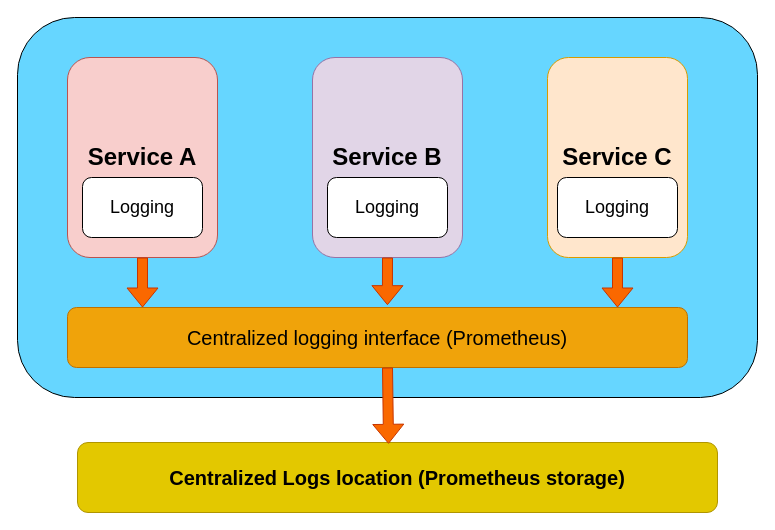
prasad-babu/mydraw.io keeps this draw.io diagram as resources/Centralized Logs.drawio. Above is the earlier version. Source tidied: cells renumbered, new cells numbered last; positions are measured from the earlier drawing's top-left corner, leaving out a move shared by most shapes. Both pictures are drawn from the tidied source at 100%, with x=0, y=0 at pixel (17, 17).
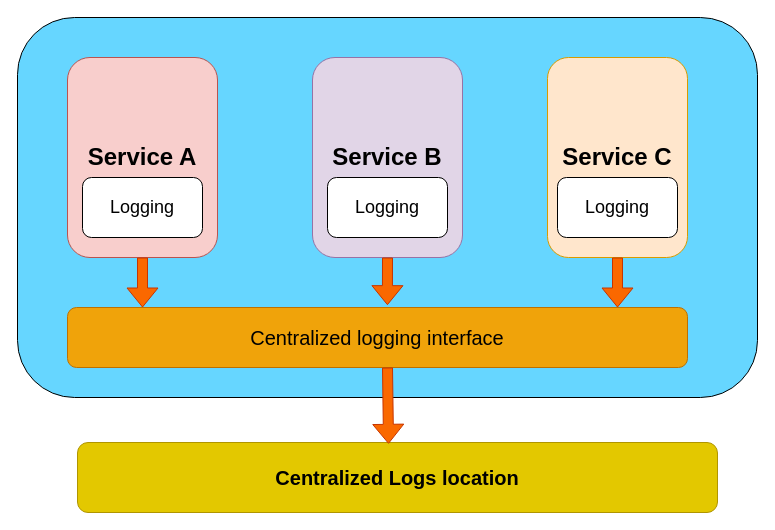
Above is the later version.

The edit, as a diff of the source:
```diff
@@
 <mxGraphModel>
   <root>
     <mxCell id="0" />
     <mxCell id="1" parent="0" />
     <mxCell id="2" style="rounded=1;whiteSpace=wrap;html=1;fillColor=#66D6FF;" parent="1" vertex="1">
       <mxGeometry width="740" height="380" as="geometry" />
     </mxCell>
     <mxCell id="3" value="&lt;font size=&quot;1&quot;&gt;&lt;b style=&quot;font-size: 24px;&quot;&gt;Service A&lt;/b&gt;&lt;/font&gt;" style="rounded=1;whiteSpace=wrap;html=1;fillColor=#f8cecc;strokeColor=#b85450;" parent="1" vertex="1">
       <mxGeometry x="50" y="40" width="150" height="200" as="geometry" />
     </mxCell>
     <mxCell id="4" value="&lt;font style=&quot;font-size: 24px;&quot;&gt;&lt;b&gt;Service B&lt;/b&gt;&lt;/font&gt;" style="rounded=1;whiteSpace=wrap;html=1;fillColor=#e1d5e7;strokeColor=#9673a6;" parent="1" vertex="1">
       <mxGeometry x="295" y="40" width="150" height="200" as="geometry" />
     </mxCell>
     <mxCell id="5" value="&lt;font style=&quot;font-size: 18px;&quot;&gt;Logging&lt;/font&gt;" style="rounded=1;whiteSpace=wrap;html=1;" parent="1" vertex="1">
       <mxGeometry x="65" y="160" width="120" height="60" as="geometry" />
     </mxCell>
     <mxCell id="6" value="&lt;font style=&quot;font-size: 24px;&quot;&gt;&lt;b&gt;Service C&lt;/b&gt;&lt;/font&gt;" style="rounded=1;whiteSpace=wrap;html=1;fillColor=#ffe6cc;strokeColor=#d79b00;" parent="1" vertex="1">
       <mxGeometry x="530" y="40" width="140" height="200" as="geometry" />
     </mxCell>
     <mxCell id="7" value="&lt;font style=&quot;font-size: 18px;&quot;&gt;Logging&lt;/font&gt;" style="rounded=1;whiteSpace=wrap;html=1;" parent="1" vertex="1">
       <mxGeometry x="540" y="160" width="120" height="60" as="geometry" />
     </mxCell>
     <mxCell id="8" value="&lt;font style=&quot;font-size: 18px;&quot;&gt;Logging&lt;/font&gt;" style="rounded=1;whiteSpace=wrap;html=1;" parent="1" vertex="1">
       <mxGeometry x="310" y="160" width="120" height="60" as="geometry" />
     </mxCell>
-    <mxCell id="9" value="&lt;font style=&quot;font-size: 20px;&quot;&gt;&lt;b&gt;Centralized Logs location (Prometheus storage)&lt;/b&gt;&lt;/font&gt;" style="rounded=1;whiteSpace=wrap;html=1;fillColor=#e3c800;strokeColor=#B09500;fontColor=#000000;" parent="1" vertex="1">
+    <mxCell id="9" value="&lt;font style=&quot;font-size: 20px;&quot;&gt;&lt;b&gt;Centralized Logs location&lt;/b&gt;&lt;/font&gt;" style="rounded=1;whiteSpace=wrap;html=1;fillColor=#e3c800;strokeColor=#B09500;fontColor=#000000;" parent="1" vertex="1">
       <mxGeometry x="60" y="425" width="640" height="70" as="geometry" />
     </mxCell>
     <mxCell id="10" style="shape=flexArrow;endArrow=classic;html=1;rounded=0;exitX=0.5;exitY=1;exitDx=0;exitDy=0;fillColor=#fa6800;strokeColor=#C73500;" parent="1" edge="1" source="3">
       <mxGeometry relative="1" as="geometry">
         <mxPoint x="125" y="290" as="targetPoint" />
       </mxGeometry>
     </mxCell>
     <mxCell id="11" style="shape=flexArrow;endArrow=classic;html=1;rounded=0;exitX=0.5;exitY=1;exitDx=0;exitDy=0;fillColor=#fa6800;strokeColor=#C73500;" parent="1" edge="1" source="6">
       <mxGeometry relative="1" as="geometry">
         <mxPoint x="600" y="290" as="targetPoint" />
       </mxGeometry>
     </mxCell>
     <mxCell id="12" style="shape=flexArrow;endArrow=classic;html=1;rounded=0;entryX=0.516;entryY=-0.039;entryDx=0;entryDy=0;fillColor=#fa6800;strokeColor=#C73500;entryPerimeter=0;" parent="1" edge="1" target="13">
       <mxGeometry relative="1" as="geometry">
         <mxPoint x="370" y="240" as="sourcePoint" />
       </mxGeometry>
     </mxCell>
-    <mxCell id="13" value="Centralized logging interface (Prometheus)" style="rounded=1;whiteSpace=wrap;html=1;fontSize=20;fillColor=#f0a30a;fontColor=#000000;strokeColor=#BD7000;" parent="1" vertex="1">
+    <mxCell id="13" value="Centralized logging interface" style="rounded=1;whiteSpace=wrap;html=1;fontSize=20;fillColor=#f0a30a;fontColor=#000000;strokeColor=#BD7000;" parent="1" vertex="1">
       <mxGeometry x="50" y="290" width="620" height="60" as="geometry" />
     </mxCell>
     <mxCell id="14" style="shape=flexArrow;endArrow=classic;html=1;rounded=0;fontSize=20;entryX=0.486;entryY=0.019;entryDx=0;entryDy=0;entryPerimeter=0;fillColor=#fa6800;strokeColor=#C73500;" parent="1" edge="1" target="9">
       <mxGeometry relative="1" as="geometry">
         <mxPoint x="370" y="350" as="sourcePoint" />
       </mxGeometry>
     </mxCell>
   </root>
 </mxGraphModel>
```
